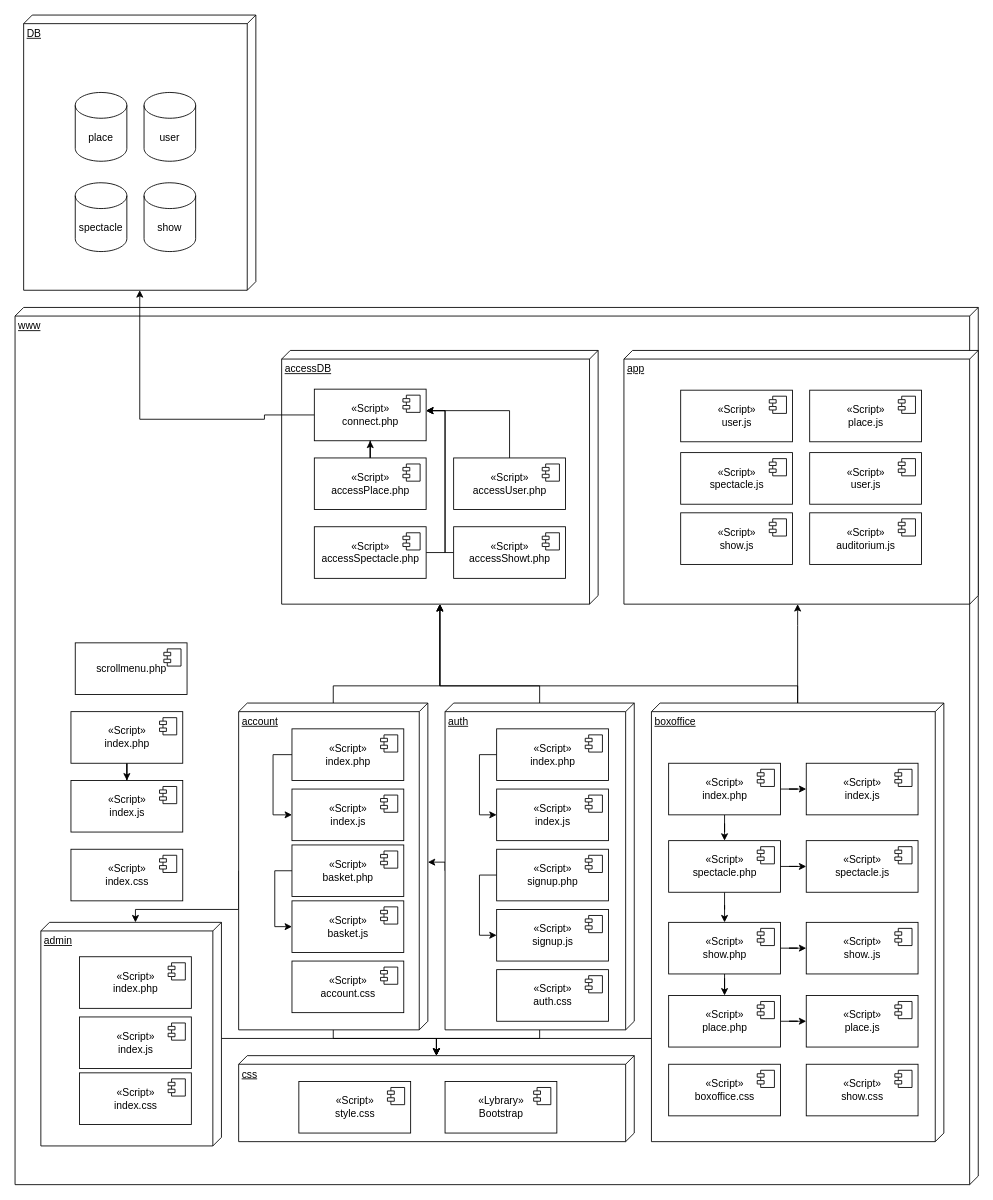
Earlier version of the draw.io diagram page "diagramme de composants" (7 of 9) of analyse/analyse.drawio (baptisteRiviere/SpectacleHallManagement). Source tidied: cells renumbered, new cells numbered last; positions are measured from the earlier drawing's top-left corner, leaving out a move shared by most shapes. Both pictures are drawn from the tidied source at 86%, with x=0, y=0 at pixel (15, 15).
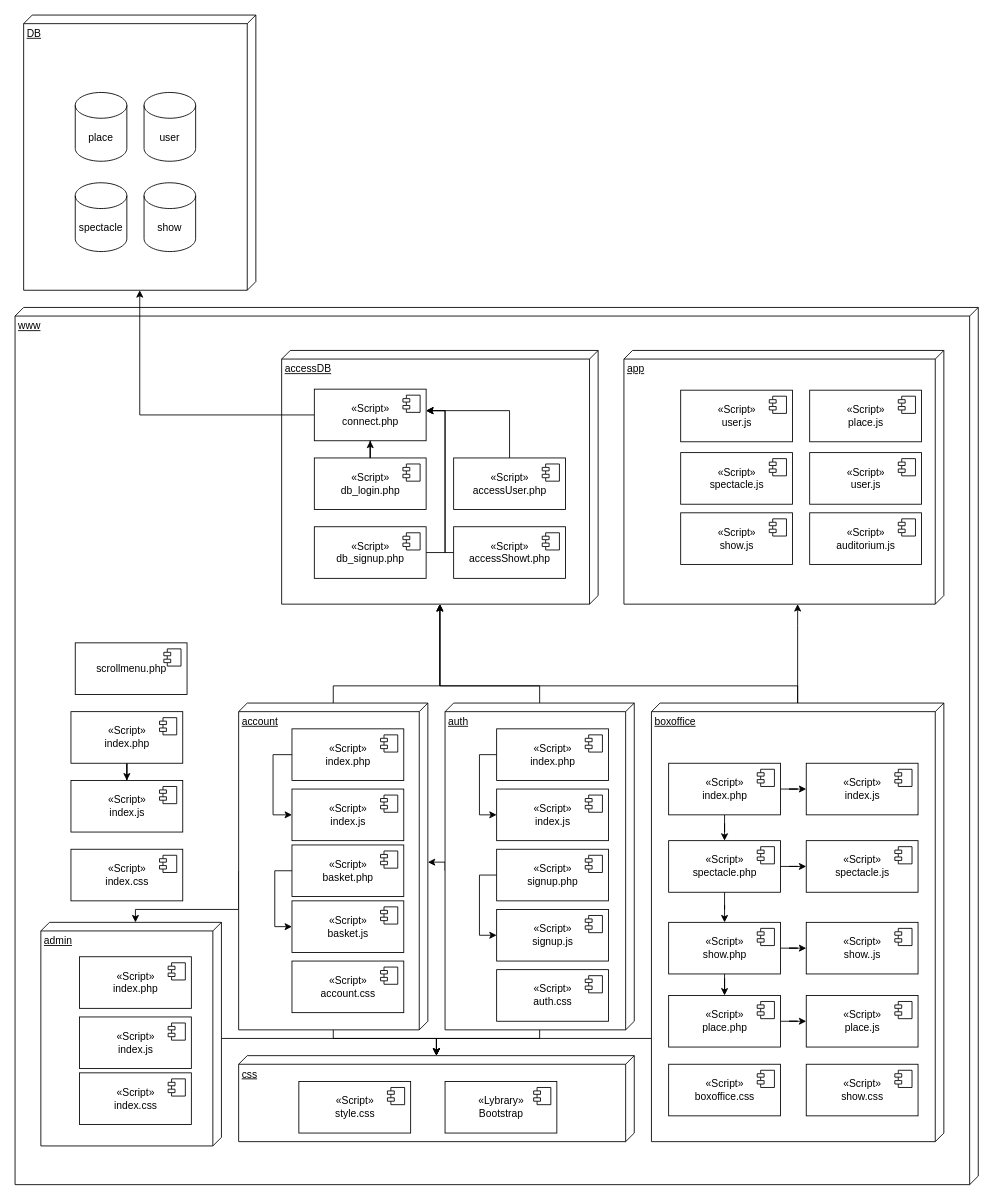
The same page after the edit.

The change refers to these unchanged cells:
```xml
<mxCell id="3" value="DB" style="verticalAlign=top;align=left;spacingTop=8;spacingLeft=2;spacingRight=12;shape=cube;size=10;direction=south;fontStyle=4;html=1;" parent="1" vertex="1">
  <mxGeometry x="10" width="270" height="320" as="geometry" />
</mxCell>
<mxCell id="25" value="&lt;div&gt;«Script»&lt;/div&gt;&lt;div&gt;connect.php&lt;br&gt;&lt;/div&gt;" style="html=1;" parent="1" vertex="1">
  <mxGeometry x="348" y="435" width="130" height="60" as="geometry" />
</mxCell>
```

Change to the diagram source:
```diff
@@
     <mxCell id="8" value="app" style="verticalAlign=top;align=left;spacingTop=8;spacingLeft=2;spacingRight=12;shape=cube;size=10;direction=south;fontStyle=4;html=1;" parent="1" vertex="1">
-      <mxGeometry x="708" y="390" width="412" height="295" as="geometry" />
+      <mxGeometry x="708" y="390" width="372" height="295" as="geometry" />
     </mxCell>
@@
     <mxCell id="24" style="edgeStyle=orthogonalEdgeStyle;rounded=0;jettySize=auto;html=1;" parent="1" edge="1" source="25" target="3">
       <mxGeometry relative="1" as="geometry">
         <Array as="points">
-          <mxPoint x="290" y="465" />
-          <mxPoint x="290" y="470" />
-          <mxPoint x="145" y="470" />
+          <mxPoint x="145" y="465" />
         </Array>
       </mxGeometry>
     </mxCell>
@@
-    <mxCell id="81" value="&lt;div&gt;«Script»&lt;/div&gt;&lt;div&gt;accessPlace.php&lt;br&gt;&lt;/div&gt;" style="html=1;" parent="1" vertex="1">
+    <mxCell id="81" value="&lt;div&gt;«Script»&lt;/div&gt;&lt;div&gt;db_login.php&lt;br&gt;&lt;/div&gt;" style="html=1;" parent="1" vertex="1">
       <mxGeometry x="348" y="515" width="130" height="60" as="geometry" />
     </mxCell>
@@
-    <mxCell id="84" value="&lt;div&gt;«Script»&lt;/div&gt;&lt;div&gt;accessSpectacle.php&lt;br&gt;&lt;/div&gt;" style="html=1;" parent="1" vertex="1">
+    <mxCell id="84" value="&lt;div&gt;«Script»&lt;/div&gt;&lt;div&gt;db_signup.php&lt;br&gt;&lt;/div&gt;" style="html=1;" parent="1" vertex="1">
       <mxGeometry x="348" y="595" width="130" height="60" as="geometry" />
     </mxCell>
```
